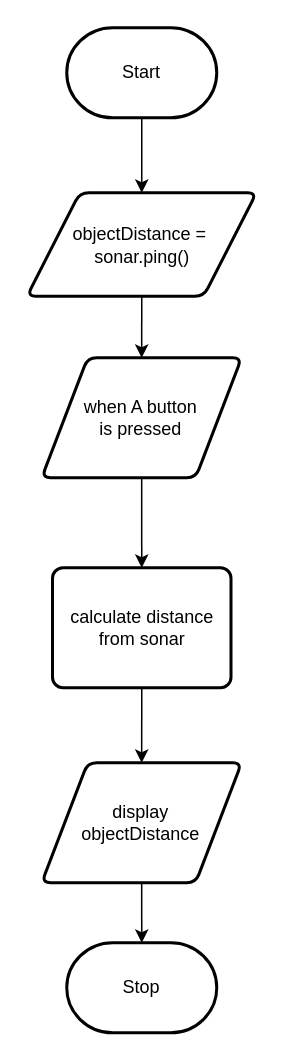
Earlier version of the draw.io diagram design/flowchart.drawio (MTHS-TEJ2O-1-2024/TEJ2O-Unit-5-06B-bain-liao). Source tidied: cells renumbered, new cells numbered last; positions are measured from the earlier drawing's top-left corner, leaving out a move shared by most shapes. Both pictures are drawn from the tidied source at 150%, with x=0, y=0 at pixel (26, 27).
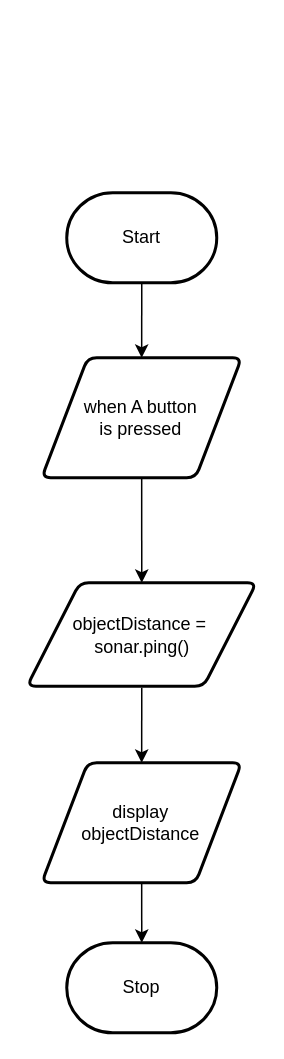
The same page after the edit.

Commit message (it also covers changes not shown here):
fixed sonar flowchart

Change to the diagram source:
```diff
@@
 <mxGraphModel>
   <root>
     <mxCell id="0" />
     <mxCell id="1" parent="0" />
-    <mxCell id="2" style="edgeStyle=none;html=1;exitX=0.5;exitY=1;exitDx=0;exitDy=0;exitPerimeter=0;entryX=0.5;entryY=0;entryDx=0;entryDy=0;" parent="1" edge="1" source="3" target="6">
-      <mxGeometry relative="1" as="geometry" />
-    </mxCell>
     <mxCell id="3" value="Start" style="strokeWidth=2;html=1;shape=mxgraph.flowchart.terminator;whiteSpace=wrap;" parent="1" vertex="1">
-      <mxGeometry x="27" width="100" height="60" as="geometry" />
+      <mxGeometry x="27" y="110" width="100" height="60" as="geometry" />
     </mxCell>
     <mxCell id="4" value="Stop" style="strokeWidth=2;html=1;shape=mxgraph.flowchart.terminator;whiteSpace=wrap;" parent="1" vertex="1">
       <mxGeometry x="27" y="610" width="100" height="60" as="geometry" />
     </mxCell>
-    <mxCell id="5" style="edgeStyle=none;html=1;exitX=0.5;exitY=1;exitDx=0;exitDy=0;entryX=0.5;entryY=0;entryDx=0;entryDy=0;" parent="1" edge="1" source="6" target="8">
+    <mxCell id="5" style="edgeStyle=none;html=1;exitX=0.5;exitY=1;exitDx=0;exitDy=0;entryX=0.5;entryY=0;entryDx=0;entryDy=0;exitPerimeter=0;" parent="1" edge="1" source="3" target="8">
       <mxGeometry relative="1" as="geometry" />
     </mxCell>
-    <mxCell id="6" value="objectDistance =&amp;nbsp;&lt;br&gt;sonar.ping()" style="shape=parallelogram;html=1;strokeWidth=2;perimeter=parallelogramPerimeter;whiteSpace=wrap;rounded=1;arcSize=12;size=0.23;" parent="1" vertex="1">
-      <mxGeometry x="0.5" y="110" width="153" height="69" as="geometry" />
-    </mxCell>
-    <mxCell id="7" style="edgeStyle=none;html=1;exitX=0.5;exitY=1;exitDx=0;exitDy=0;entryX=0.5;entryY=0;entryDx=0;entryDy=0;" parent="1" edge="1" source="8" target="10">
+    <mxCell id="7" style="edgeStyle=none;html=1;exitX=0.5;exitY=1;exitDx=0;exitDy=0;entryX=0.5;entryY=0;entryDx=0;entryDy=0;" parent="1" edge="1" source="8" target="6">
       <mxGeometry relative="1" as="geometry" />
     </mxCell>
     <mxCell id="8" value="when A button&lt;br&gt;is pressed" style="shape=parallelogram;html=1;strokeWidth=2;perimeter=parallelogramPerimeter;whiteSpace=wrap;rounded=1;arcSize=12;size=0.23;" parent="1" vertex="1">
       <mxGeometry x="10.3" y="220" width="133.3" height="80" as="geometry" />
     </mxCell>
-    <mxCell id="9" style="edgeStyle=none;html=1;exitX=0.5;exitY=1;exitDx=0;exitDy=0;entryX=0.5;entryY=0;entryDx=0;entryDy=0;" parent="1" edge="1" source="10" target="12">
-      <mxGeometry relative="1" as="geometry" />
+    <mxCell id="9" style="edgeStyle=none;html=1;exitX=0.5;exitY=1;exitDx=0;exitDy=0;entryX=0.5;entryY=0;entryDx=0;entryDy=0;" parent="1" edge="1" target="12">
+      <mxGeometry relative="1" as="geometry">
+        <mxPoint x="77" y="440" as="sourcePoint" />
+      </mxGeometry>
     </mxCell>
-    <mxCell id="10" value="calculate distance&lt;br&gt;from sonar" style="rounded=1;whiteSpace=wrap;html=1;absoluteArcSize=1;arcSize=14;strokeWidth=2;" parent="1" vertex="1">
-      <mxGeometry x="17.5" y="360" width="119" height="80" as="geometry" />
-    </mxCell>
     <mxCell id="11" style="edgeStyle=none;html=1;exitX=0.5;exitY=1;exitDx=0;exitDy=0;entryX=0.5;entryY=0;entryDx=0;entryDy=0;entryPerimeter=0;" parent="1" edge="1" source="12" target="4">
       <mxGeometry relative="1" as="geometry" />
     </mxCell>
     <mxCell id="12" value="display&lt;br&gt;objectDistance" style="shape=parallelogram;html=1;strokeWidth=2;perimeter=parallelogramPerimeter;whiteSpace=wrap;rounded=1;arcSize=12;size=0.23;" parent="1" vertex="1">
       <mxGeometry x="10.3" y="490" width="133.3" height="80" as="geometry" />
     </mxCell>
+    <mxCell id="6" value="objectDistance =&amp;nbsp;&lt;br&gt;sonar.ping()" style="shape=parallelogram;html=1;strokeWidth=2;perimeter=parallelogramPerimeter;whiteSpace=wrap;rounded=1;arcSize=12;size=0.23;" parent="1" vertex="1">
+      <mxGeometry x="0.5" y="370" width="153" height="69" as="geometry" />
+    </mxCell>
   </root>
 </mxGraphModel>
```
